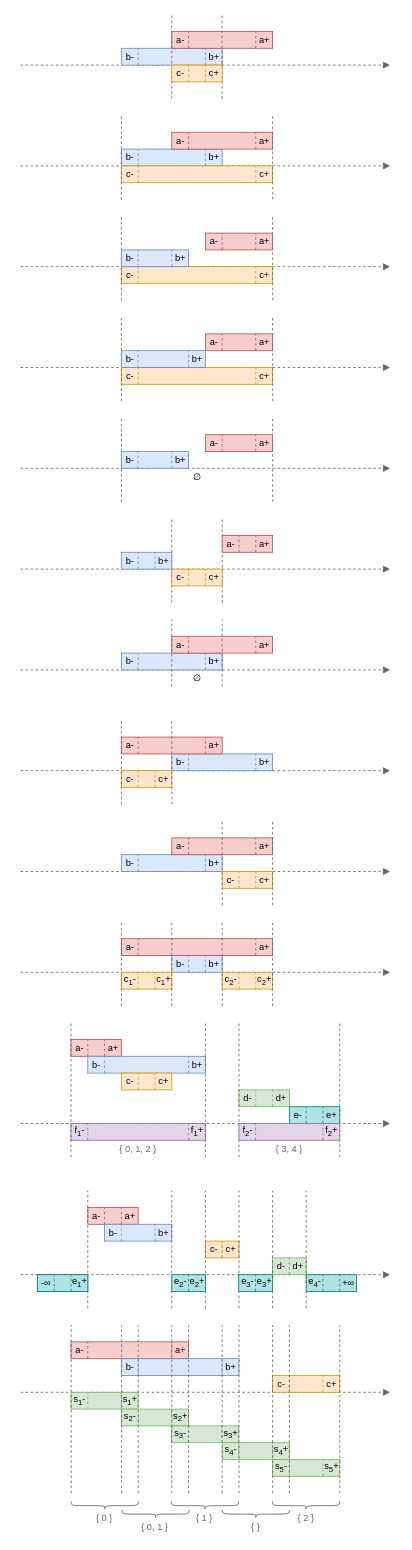
Above: page "Algorithms" (5 of 7) of res/resources.drawio in gchudnov/mindthegap (draw.io), before the change. Source tidied: cells renumbered, new cells numbered last; positions are measured from the earlier drawing's top-left corner, leaving out a move shared by most shapes. Both pictures are drawn from the tidied source at 84%, with x=0, y=0 at pixel (20, 14).
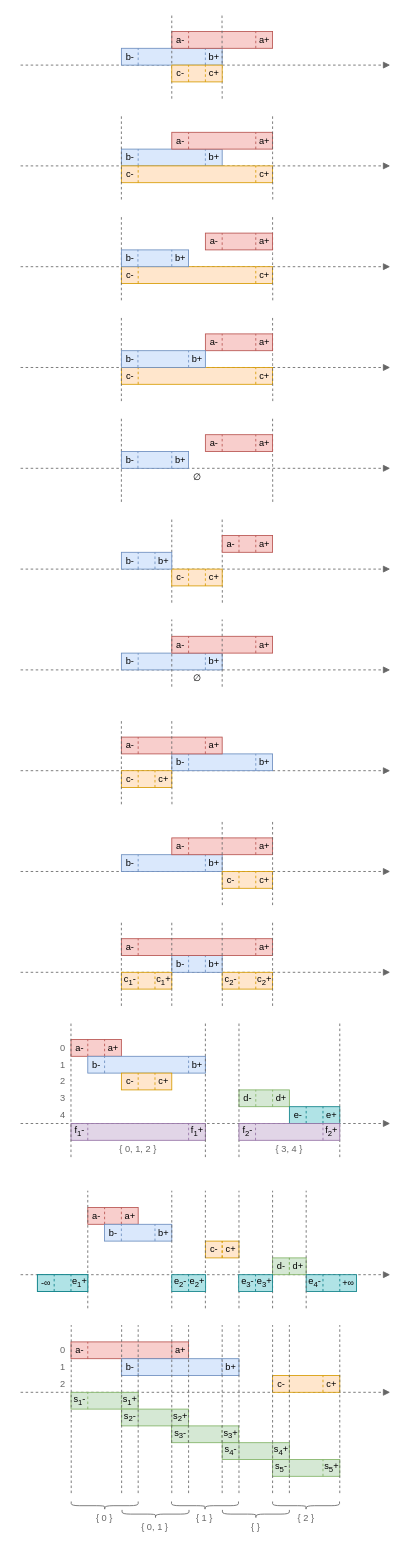
The same diagram, later.

Diff of the diagram source:
```diff
@@
+    <mxCell id="377" value="&lt;p style=&quot;line-height: 1.2&quot;&gt;0&lt;/p&gt;" style="text;html=1;strokeColor=none;fillColor=none;align=center;verticalAlign=middle;rounded=0;fontSize=11;labelPosition=center;verticalLabelPosition=middle;horizontal=1;fontColor=#666666;" parent="1" vertex="1">
+      <mxGeometry x="40" y="1580" width="20" height="20" as="geometry" />
+    </mxCell>
+    <mxCell id="378" value="&lt;p style=&quot;line-height: 1.2&quot;&gt;1&lt;/p&gt;" style="text;html=1;strokeColor=none;fillColor=none;align=center;verticalAlign=middle;rounded=0;fontSize=11;labelPosition=center;verticalLabelPosition=middle;horizontal=1;fontColor=#666666;" parent="1" vertex="1">
+      <mxGeometry x="40.3" y="1600" width="20" height="20" as="geometry" />
+    </mxCell>
+    <mxCell id="379" value="&lt;p style=&quot;line-height: 1.2&quot;&gt;2&lt;/p&gt;" style="text;html=1;strokeColor=none;fillColor=none;align=center;verticalAlign=middle;rounded=0;fontSize=11;labelPosition=center;verticalLabelPosition=middle;horizontal=1;fontColor=#666666;" parent="1" vertex="1">
+      <mxGeometry x="40" y="1620" width="20" height="20" as="geometry" />
+    </mxCell>
+    <mxCell id="380" value="&lt;p style=&quot;line-height: 1.2&quot;&gt;0&lt;/p&gt;" style="text;html=1;strokeColor=none;fillColor=none;align=center;verticalAlign=middle;rounded=0;fontSize=11;labelPosition=center;verticalLabelPosition=middle;horizontal=1;fontColor=#666666;" parent="1" vertex="1">
+      <mxGeometry x="40" y="1220" width="20" height="20" as="geometry" />
+    </mxCell>
+    <mxCell id="381" value="&lt;p style=&quot;line-height: 1.2&quot;&gt;1&lt;/p&gt;" style="text;html=1;strokeColor=none;fillColor=none;align=center;verticalAlign=middle;rounded=0;fontSize=11;labelPosition=center;verticalLabelPosition=middle;horizontal=1;fontColor=#666666;" parent="1" vertex="1">
+      <mxGeometry x="40" y="1240" width="20" height="20" as="geometry" />
+    </mxCell>
+    <mxCell id="382" value="&lt;p style=&quot;line-height: 1.2&quot;&gt;2&lt;/p&gt;" style="text;html=1;strokeColor=none;fillColor=none;align=center;verticalAlign=middle;rounded=0;fontSize=11;labelPosition=center;verticalLabelPosition=middle;horizontal=1;fontColor=#666666;" parent="1" vertex="1">
+      <mxGeometry x="40" y="1260" width="20" height="20" as="geometry" />
+    </mxCell>
+    <mxCell id="383" value="&lt;p style=&quot;line-height: 1.2&quot;&gt;3&lt;/p&gt;" style="text;html=1;strokeColor=none;fillColor=none;align=center;verticalAlign=middle;rounded=0;fontSize=11;labelPosition=center;verticalLabelPosition=middle;horizontal=1;fontColor=#666666;" parent="1" vertex="1">
+      <mxGeometry x="40" y="1280" width="20" height="20" as="geometry" />
+    </mxCell>
+    <mxCell id="384" value="&lt;p style=&quot;line-height: 1.2&quot;&gt;4&lt;/p&gt;" style="text;html=1;strokeColor=none;fillColor=none;align=center;verticalAlign=middle;rounded=0;fontSize=11;labelPosition=center;verticalLabelPosition=middle;horizontal=1;fontColor=#666666;" parent="1" vertex="1">
+      <mxGeometry x="40.3" y="1300" width="20" height="20" as="geometry" />
+    </mxCell>
```
